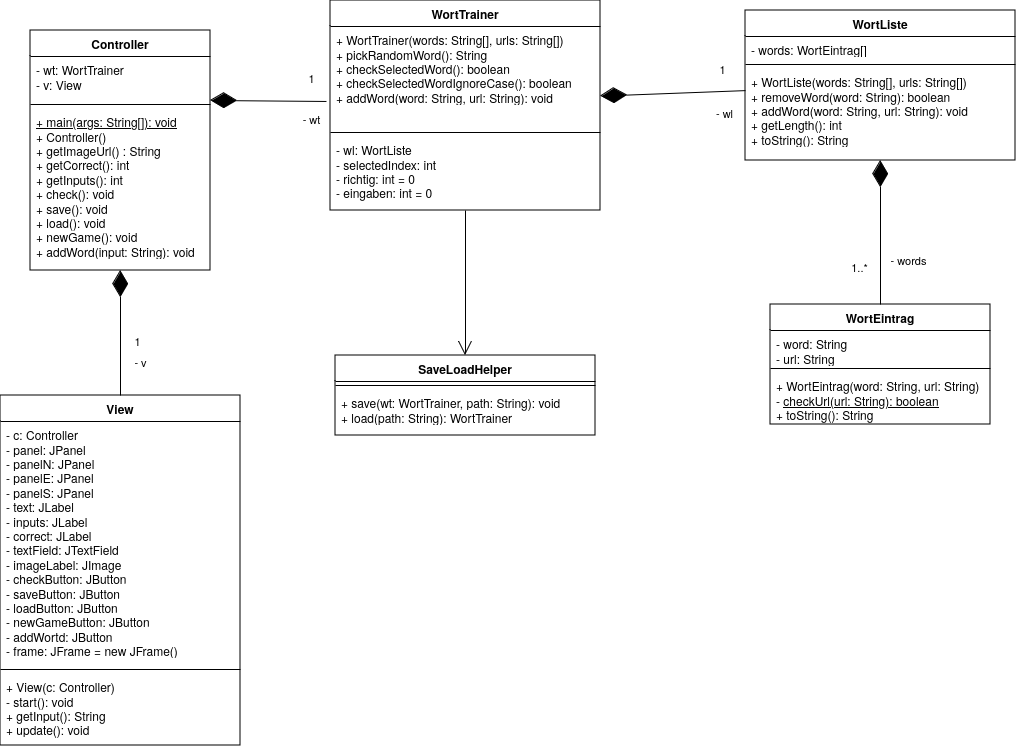
Above: doc/worttrainer.drawio.png in TGM-HIT/sew9-2425-worttrainer-czlabinger (draw.io), before the change. Source tidied: cells renumbered, new cells last; positions are measured from the earlier drawing's top-left corner, leaving out a move shared by most shapes.
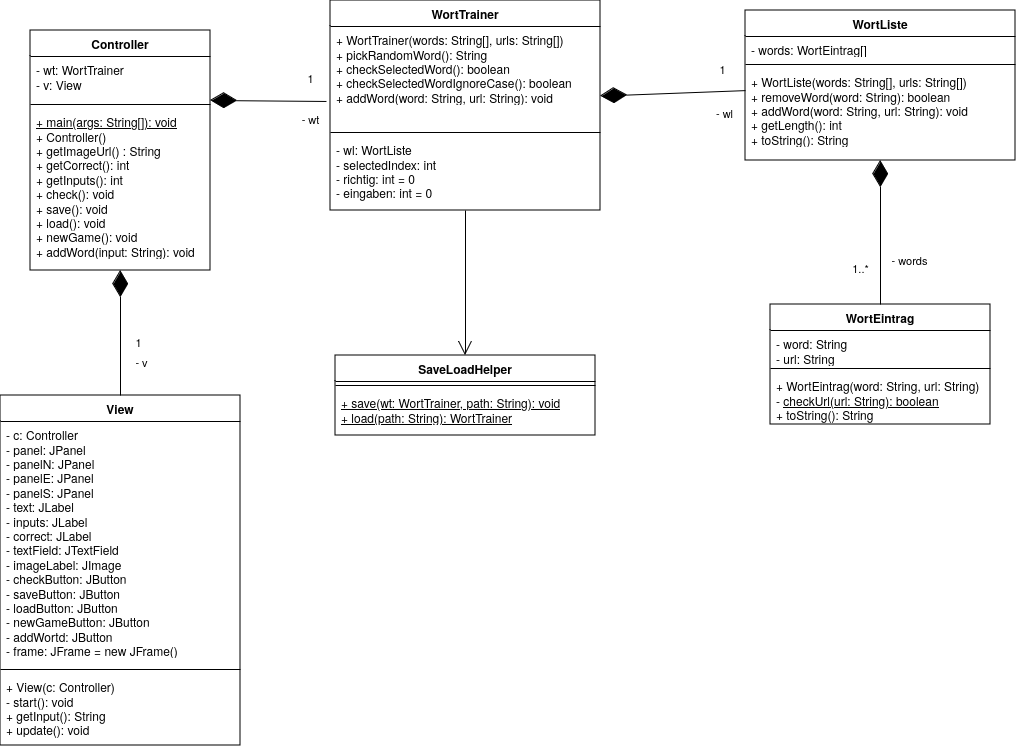
After the commit.

Commit message:
Made save/load methods static in uml

What changed in the source:
```diff
@@ -124,7 +124,7 @@
     <mxCell id="35" style="line;strokeWidth=1;fillColor=none;align=left;verticalAlign=middle;spacingTop=-1;spacingLeft=3;spacingRight=3;labelPosition=right;strokeColor=inherit;" parent="34" vertex="1">
       <mxGeometry y="26" width="260" height="8" as="geometry" />
     </mxCell>
-    <mxCell id="36" value="+ save(wt: WortTrainer, path: String): void&lt;div&gt;+ load(path: String): WortTrainer&lt;/div&gt;" style="text;strokeColor=none;fillColor=none;align=left;verticalAlign=top;spacingLeft=4;spacingRight=4;overflow=hidden;whiteSpace=wrap;html=1;" parent="34" vertex="1">
+    <mxCell id="36" value="&lt;u&gt;+ save(wt: WortTrainer, path: String): void&lt;/u&gt;&lt;div&gt;&lt;u&gt;+ load(path: String): WortTrainer&lt;/u&gt;&lt;/div&gt;" style="text;strokeColor=none;fillColor=none;align=left;verticalAlign=top;spacingLeft=4;spacingRight=4;overflow=hidden;whiteSpace=wrap;html=1;" parent="34" vertex="1">
       <mxGeometry y="34" width="260" height="46" as="geometry" />
     </mxCell>
     <mxCell id="37" style="endArrow=open;endFill=1;endSize=12;html=1;rounded=0;entryX=0.5;entryY=0;entryDx=0;entryDy=0;" parent="1" edge="1" source="5" target="34">
```
